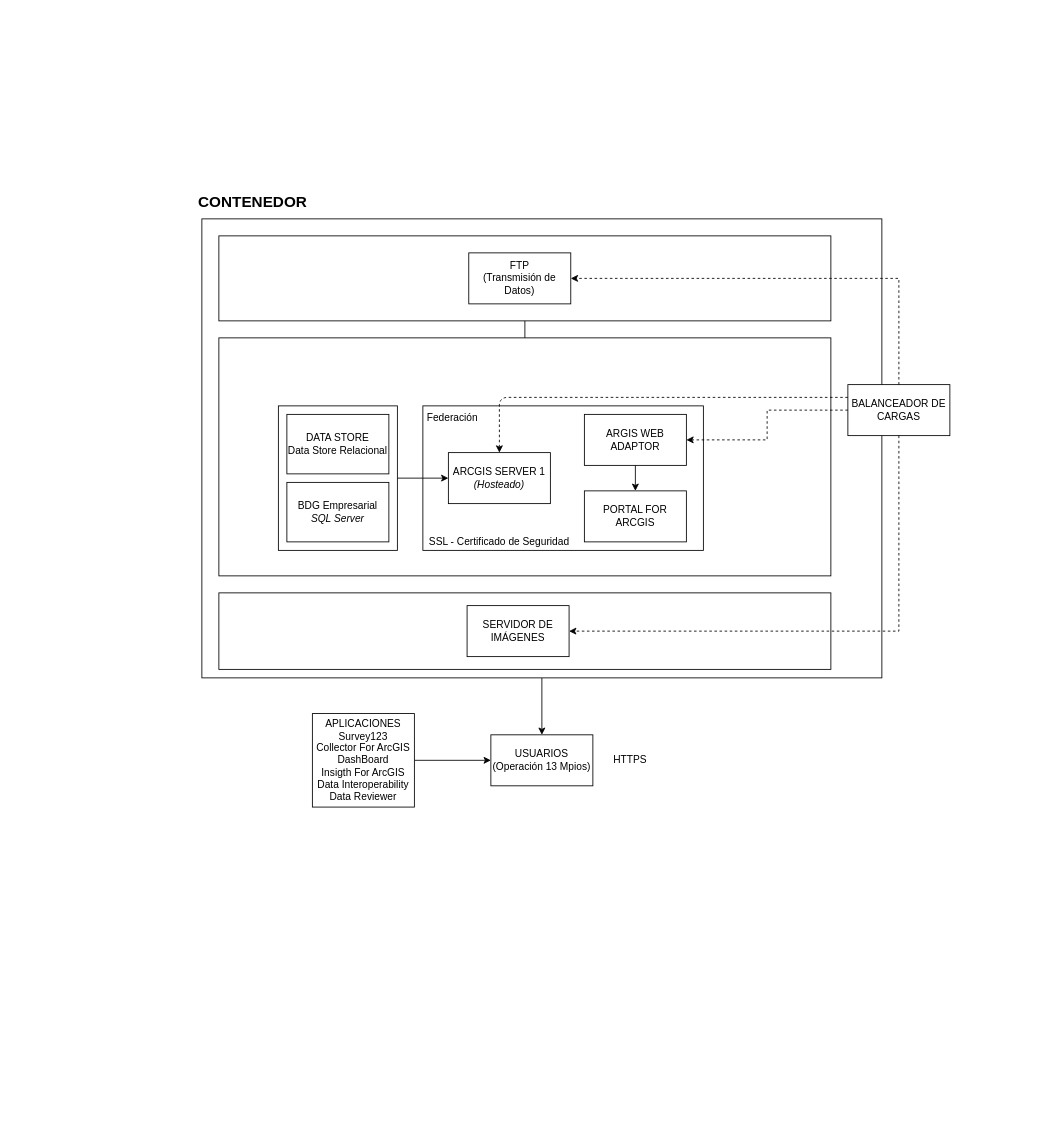
Above: InfraestructuraSIG.drawio in rjsaby/FlujoProcesos (draw.io), before the change. Source tidied: cells renumbered, new cells numbered last; positions are measured from the earlier drawing's top-left corner, leaving out a move shared by most shapes. Both pictures are drawn from the tidied source at 85%, with x=0, y=0 at pixel (201, 193).
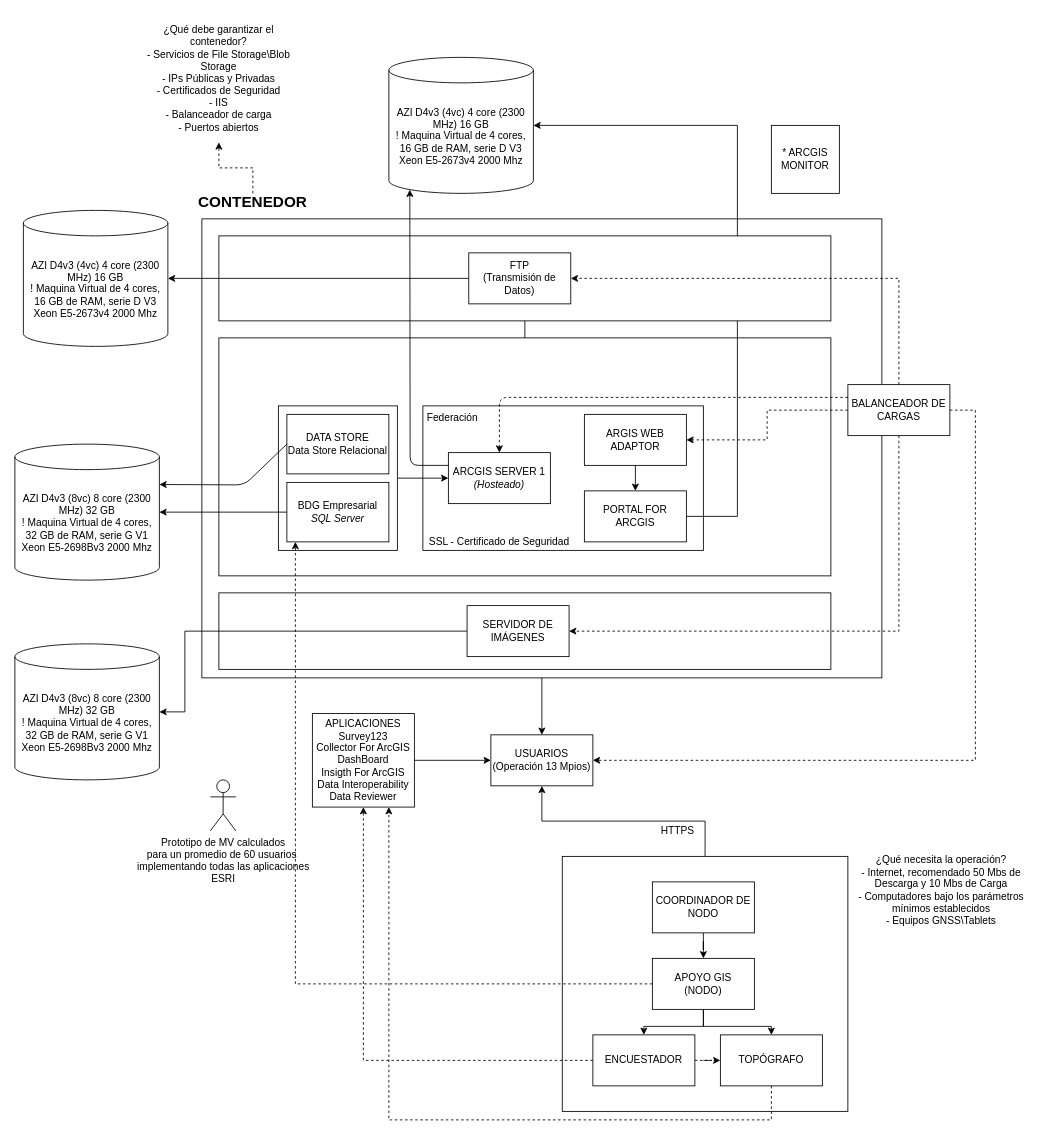
Above is the later version.

Unchanged cells that the change refers to:
```xml
<mxCell id="9" value="BALANCEADOR DE&lt;br&gt;CARGAS" style="rounded=0;whiteSpace=wrap;html=1;" parent="1" vertex="1">
  <mxGeometry x="760" y="225" width="120" height="60" as="geometry" />
</mxCell>
<mxCell id="10" value="PORTAL FOR ARCGIS" style="rounded=0;whiteSpace=wrap;html=1;" parent="1" vertex="1">
  <mxGeometry x="450" y="350" width="120" height="60" as="geometry" />
</mxCell>
<mxCell id="11" value="ARCGIS SERVER 1&lt;br&gt;&lt;i&gt;(Hosteado)&lt;/i&gt;" style="rounded=0;whiteSpace=wrap;html=1;" parent="1" vertex="1">
  <mxGeometry x="290" y="305" width="120" height="60" as="geometry" />
</mxCell>
<mxCell id="12" value="DATA STORE&lt;br&gt;Data Store Relacional" style="rounded=0;whiteSpace=wrap;html=1;" parent="1" vertex="1">
  <mxGeometry x="100" y="260" width="120" height="70" as="geometry" />
</mxCell>
<mxCell id="13" value="BDG Empresarial&lt;br&gt;&lt;i&gt;SQL Server&lt;/i&gt;" style="rounded=0;whiteSpace=wrap;html=1;" parent="1" vertex="1">
  <mxGeometry x="100" y="340" width="120" height="70" as="geometry" />
</mxCell>
<mxCell id="18" value="FTP&lt;br&gt;(Transmisión de Datos)" style="rounded=0;whiteSpace=wrap;html=1;" parent="1" vertex="1">
  <mxGeometry x="314" y="70" width="120" height="60" as="geometry" />
</mxCell>
<mxCell id="21" value="USUARIOS&lt;br&gt;(Operación 13 Mpios)" style="rounded=0;whiteSpace=wrap;html=1;" parent="1" vertex="1">
  <mxGeometry x="340" y="637" width="120" height="60" as="geometry" />
</mxCell>
<mxCell id="24" value="APLICACIONES&lt;br&gt;Survey123&lt;br&gt;Collector For ArcGIS&lt;br&gt;DashBoard&lt;br&gt;Insigth For ArcGIS&lt;br&gt;Data Interoperability&lt;br&gt;Data Reviewer" style="rounded=0;whiteSpace=wrap;html=1;" parent="1" vertex="1">
  <mxGeometry x="130" y="612" width="120" height="110" as="geometry" />
</mxCell>
<mxCell id="27" value="SERVIDOR DE&lt;br&gt;IMÁGENES" style="rounded=0;whiteSpace=wrap;html=1;" parent="1" vertex="1">
  <mxGeometry x="312" y="485" width="120" height="60" as="geometry" />
</mxCell>
<mxCell id="30" value="&lt;b&gt;&lt;font style=&quot;font-size: 18px&quot;&gt;CONTENEDOR&lt;/font&gt;&lt;/b&gt;" style="text;html=1;strokeColor=none;fillColor=none;align=center;verticalAlign=middle;whiteSpace=wrap;rounded=0;" parent="1" vertex="1">
  <mxGeometry x="40" width="40" height="20" as="geometry" />
</mxCell>
```

The edit, as a diff of the source:
```diff
@@
+    <mxCell id="31" style="edgeStyle=orthogonalEdgeStyle;rounded=0;jettySize=auto;html=1;entryX=0.5;entryY=1;entryDx=0;entryDy=0;" parent="1" edge="1" source="32" target="21">
+      <mxGeometry relative="1" as="geometry" />
+    </mxCell>
+    <mxCell id="32" style="rounded=0;whiteSpace=wrap;html=1;" parent="1" vertex="1">
+      <mxGeometry x="424" y="780" width="336" height="300" as="geometry" />
+    </mxCell>
+    <mxCell id="33" style="whiteSpace=wrap;html=1;" parent="1" vertex="1">
+      <mxGeometry x="670" y="-80" width="80" height="80" as="geometry" />
+    </mxCell>
@@
+    <mxCell id="34" style="edgeStyle=orthogonalEdgeStyle;rounded=0;jettySize=auto;html=1;entryX=1;entryY=0.5;entryDx=0;entryDy=0;dashed=1;" parent="1" edge="1" source="9" target="21">
+      <mxGeometry relative="1" as="geometry">
+        <Array as="points">
+          <mxPoint x="910" y="255" />
+          <mxPoint x="910" y="667" />
+        </Array>
+      </mxGeometry>
+    </mxCell>
@@
+    <mxCell id="35" style="edgeStyle=orthogonalEdgeStyle;rounded=0;jettySize=auto;html=1;entryX=1;entryY=0.5;entryDx=0;entryDy=0;entryPerimeter=0;" parent="1" edge="1" source="10" target="43">
+      <mxGeometry relative="1" as="geometry">
+        <Array as="points">
+          <mxPoint x="630" y="380" />
+          <mxPoint x="630" y="-80" />
+        </Array>
+      </mxGeometry>
+    </mxCell>
@@
+    <mxCell id="36" style="edgeStyle=orthogonalEdgeStyle;rounded=0;jettySize=auto;html=1;entryX=1;entryY=0.5;entryDx=0;entryDy=0;entryPerimeter=0;" parent="1" edge="1" source="18" target="42">
+      <mxGeometry relative="1" as="geometry" />
+    </mxCell>
@@
     <mxCell id="22" value="HTTPS" style="text;html=1;strokeColor=none;fillColor=none;align=center;verticalAlign=middle;whiteSpace=wrap;rounded=0;" parent="1" vertex="1">
-      <mxGeometry x="484" y="657" width="40" height="20" as="geometry" />
+      <mxGeometry x="540" y="740" width="40" height="20" as="geometry" />
     </mxCell>
@@
+    <mxCell id="37" style="edgeStyle=orthogonalEdgeStyle;rounded=0;jettySize=auto;html=1;" parent="1" edge="1" source="27" target="46">
+      <mxGeometry relative="1" as="geometry">
+        <Array as="points">
+          <mxPoint x="-20" y="515" />
+          <mxPoint x="-20" y="610" />
+        </Array>
+      </mxGeometry>
+    </mxCell>
@@
+    <mxCell id="38" style="edgeStyle=orthogonalEdgeStyle;rounded=0;jettySize=auto;html=1;dashed=1;" parent="1" edge="1" source="30" target="59">
+      <mxGeometry relative="1" as="geometry" />
+    </mxCell>
@@
+    <mxCell id="39" value="AZI D4v3 (8vc) 8 core (2300 MHz) 32 GB&lt;br&gt;! Maquina Virtual de 4 cores, 32 GB de RAM, serie G V1 Xeon E5-2698Bv3 2000 Mhz" style="shape=cylinder3;whiteSpace=wrap;html=1;boundedLbl=1;backgroundOutline=1;size=15;" parent="1" vertex="1">
+      <mxGeometry x="-220" y="295" width="170" height="160" as="geometry" />
+    </mxCell>
+    <mxCell id="40" style="endArrow=classic;html=1;exitX=0;exitY=0.5;exitDx=0;exitDy=0;entryX=1;entryY=0.5;entryDx=0;entryDy=0;entryPerimeter=0;" parent="1" edge="1" source="13" target="39">
+      <mxGeometry relative="1" as="geometry" />
+    </mxCell>
+    <mxCell id="41" style="endArrow=classic;html=1;exitX=0;exitY=0.5;exitDx=0;exitDy=0;entryX=1;entryY=0;entryDx=0;entryDy=47.5;entryPerimeter=0;" parent="1" edge="1" source="12" target="39">
+      <mxGeometry relative="1" as="geometry">
+        <Array as="points">
+          <mxPoint x="50" y="343" />
+        </Array>
+      </mxGeometry>
+    </mxCell>
+    <mxCell id="42" value="AZI D4v3 (4vc) 4 core (2300 MHz) 16 GB&lt;br&gt;! Maquina Virtual de 4 cores, 16 GB de RAM, serie D V3 Xeon E5-2673v4 2000 Mhz" style="shape=cylinder3;whiteSpace=wrap;html=1;boundedLbl=1;backgroundOutline=1;size=15;" parent="1" vertex="1">
+      <mxGeometry x="-210" y="20" width="170" height="160" as="geometry" />
+    </mxCell>
+    <mxCell id="43" value="AZI D4v3 (4vc) 4 core (2300 MHz) 16 GB&lt;br&gt;! Maquina Virtual de 4 cores, 16 GB de RAM, serie D V3 Xeon E5-2673v4 2000 Mhz" style="shape=cylinder3;whiteSpace=wrap;html=1;boundedLbl=1;backgroundOutline=1;size=15;" parent="1" vertex="1">
+      <mxGeometry x="220" y="-160" width="170" height="160" as="geometry" />
+    </mxCell>
+    <mxCell id="44" style="endArrow=classic;html=1;entryX=0.145;entryY=1;entryDx=0;entryDy=-4.35;entryPerimeter=0;exitX=0;exitY=0.25;exitDx=0;exitDy=0;" parent="1" edge="1" source="11" target="43">
+      <mxGeometry relative="1" as="geometry">
+        <Array as="points">
+          <mxPoint x="245" y="320" />
+        </Array>
+      </mxGeometry>
+    </mxCell>
+    <mxCell id="45" value="* ARCGIS MONITOR" style="text;html=1;strokeColor=none;fillColor=none;align=center;verticalAlign=middle;whiteSpace=wrap;rounded=0;" parent="1" vertex="1">
+      <mxGeometry x="690" y="-50" width="40" height="20" as="geometry" />
+    </mxCell>
+    <mxCell id="46" value="AZI D4v3 (8vc) 8 core (2300 MHz) 32 GB&lt;br&gt;! Maquina Virtual de 4 cores, 32 GB de RAM, serie G V1 Xeon E5-2698Bv3 2000 Mhz" style="shape=cylinder3;whiteSpace=wrap;html=1;boundedLbl=1;backgroundOutline=1;size=15;" parent="1" vertex="1">
+      <mxGeometry x="-220" y="530" width="170" height="160" as="geometry" />
+    </mxCell>
+    <mxCell id="47" value="Prototipo de MV calculados&lt;br&gt;para un promedio de 60 usuarios&amp;nbsp;&lt;br&gt;implementando todas las aplicaciones&lt;br&gt;ESRI" style="shape=umlActor;verticalLabelPosition=bottom;verticalAlign=top;html=1;" parent="1" vertex="1">
+      <mxGeometry x="10" y="690" width="30" height="60" as="geometry" />
+    </mxCell>
+    <mxCell id="48" style="edgeStyle=orthogonalEdgeStyle;rounded=0;jettySize=auto;html=1;entryX=0.5;entryY=0;entryDx=0;entryDy=0;" parent="1" edge="1" source="49" target="53">
+      <mxGeometry relative="1" as="geometry" />
+    </mxCell>
+    <mxCell id="49" value="COORDINADOR DE NODO" style="rounded=0;whiteSpace=wrap;html=1;" parent="1" vertex="1">
+      <mxGeometry x="530" y="810" width="120" height="60" as="geometry" />
+    </mxCell>
+    <mxCell id="50" style="edgeStyle=orthogonalEdgeStyle;rounded=0;jettySize=auto;html=1;entryX=0.5;entryY=0;entryDx=0;entryDy=0;" parent="1" edge="1" source="53" target="56">
+      <mxGeometry relative="1" as="geometry" />
+    </mxCell>
+    <mxCell id="51" style="edgeStyle=orthogonalEdgeStyle;rounded=0;jettySize=auto;html=1;" parent="1" edge="1" source="53" target="58">
+      <mxGeometry relative="1" as="geometry" />
+    </mxCell>
+    <mxCell id="52" style="edgeStyle=orthogonalEdgeStyle;rounded=0;jettySize=auto;html=1;dashed=1;" parent="1" edge="1" source="53" target="13">
+      <mxGeometry relative="1" as="geometry">
+        <Array as="points">
+          <mxPoint x="110" y="930" />
+        </Array>
+      </mxGeometry>
+    </mxCell>
+    <mxCell id="53" value="APOYO GIS&lt;br&gt;(NODO)" style="rounded=0;whiteSpace=wrap;html=1;" parent="1" vertex="1">
+      <mxGeometry x="530" y="900" width="120" height="60" as="geometry" />
+    </mxCell>
+    <mxCell id="54" style="edgeStyle=orthogonalEdgeStyle;rounded=0;jettySize=auto;html=1;entryX=0.5;entryY=1;entryDx=0;entryDy=0;dashed=1;" parent="1" edge="1" source="56" target="24">
+      <mxGeometry relative="1" as="geometry" />
+    </mxCell>
+    <mxCell id="55" style="edgeStyle=orthogonalEdgeStyle;rounded=0;jettySize=auto;html=1;dashed=1;" parent="1" edge="1" source="56" target="58">
+      <mxGeometry relative="1" as="geometry" />
+    </mxCell>
+    <mxCell id="56" value="ENCUESTADOR" style="rounded=0;whiteSpace=wrap;html=1;" parent="1" vertex="1">
+      <mxGeometry x="460" y="990" width="120" height="60" as="geometry" />
+    </mxCell>
+    <mxCell id="57" style="edgeStyle=orthogonalEdgeStyle;rounded=0;jettySize=auto;html=1;entryX=0.75;entryY=1;entryDx=0;entryDy=0;dashed=1;" parent="1" edge="1" source="58" target="24">
+      <mxGeometry relative="1" as="geometry">
+        <Array as="points">
+          <mxPoint x="670" y="1090" />
+          <mxPoint x="220" y="1090" />
+        </Array>
+      </mxGeometry>
+    </mxCell>
+    <mxCell id="58" value="TOPÓGRAFO" style="rounded=0;whiteSpace=wrap;html=1;" parent="1" vertex="1">
+      <mxGeometry x="610" y="990" width="120" height="60" as="geometry" />
+    </mxCell>
+    <mxCell id="59" value="¿Qué debe garantizar el contenedor?&lt;br&gt;- Servicios de File Storage\Blob Storage&lt;br&gt;- IPs Públicas y Privadas&lt;br&gt;- Certificados de Seguridad&lt;br&gt;- IIS&lt;br&gt;- Balanceador de carga&lt;br&gt;- Puertos abiertos" style="text;html=1;strokeColor=none;fillColor=none;align=center;verticalAlign=middle;whiteSpace=wrap;rounded=0;" parent="1" vertex="1">
+      <mxGeometry x="-70" y="-210" width="180" height="150" as="geometry" />
+    </mxCell>
+    <mxCell id="60" value="¿Qué necesita la operación?&lt;br&gt;- Internet, recomendado 50 Mbs de Descarga y 10 Mbs de Carga&lt;br&gt;- Computadores bajo los parámetros mínimos establecidos&lt;br&gt;- Equipos GNSS\Tablets" style="text;html=1;strokeColor=none;fillColor=none;align=center;verticalAlign=middle;whiteSpace=wrap;rounded=0;" parent="1" vertex="1">
+      <mxGeometry x="760" y="770" width="220" height="100" as="geometry" />
+    </mxCell>
```
